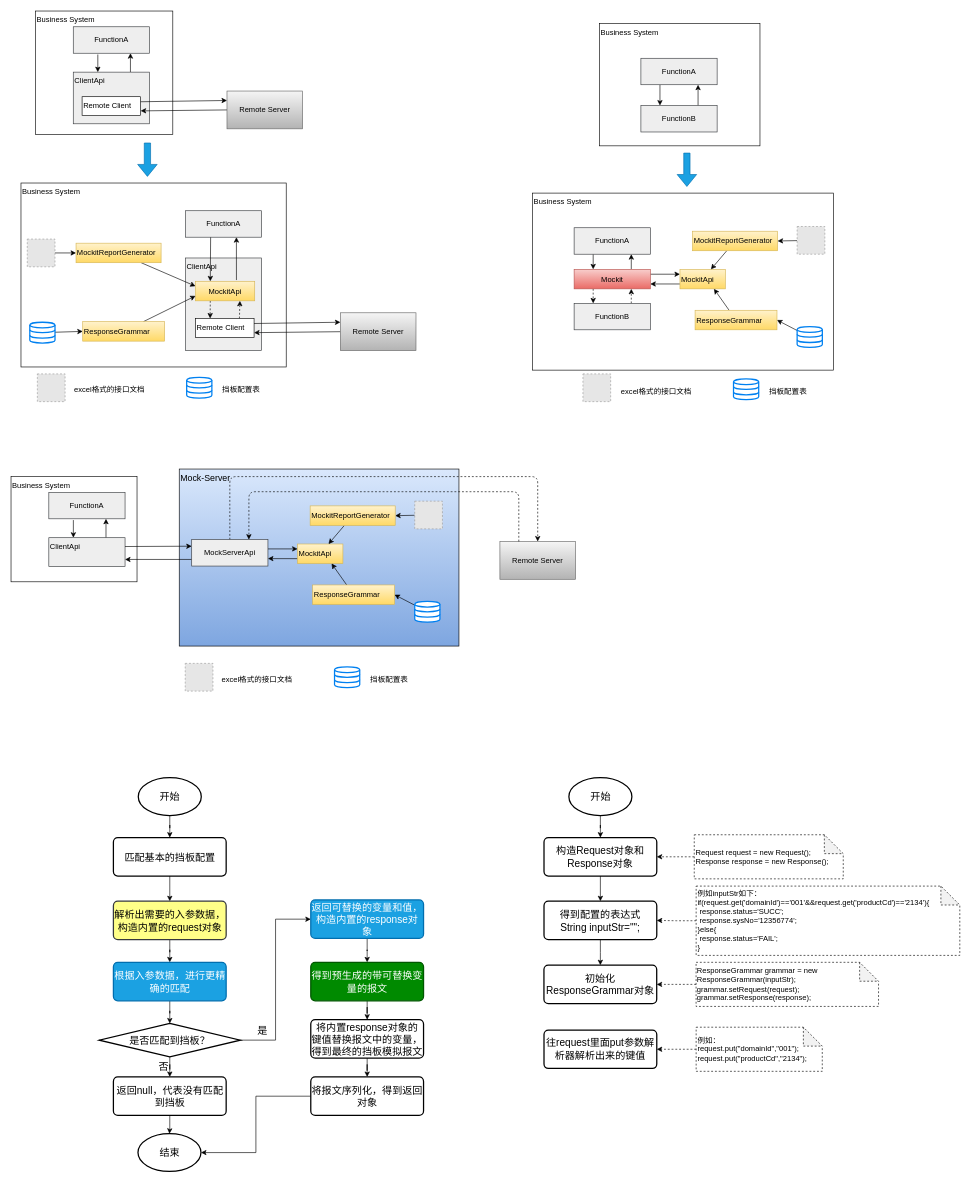
staconfree/design keeps this draw.io diagram as 挡板设计.drawio. Above is the earlier version. Source tidied: cells renumbered, new cells numbered last; positions are measured from the earlier drawing's top-left corner, leaving out a move shared by most shapes. Both pictures are drawn from the tidied source at 63%, with x=0, y=0 at pixel (11, 11). Pictures stored in the file or linked from it are replaced by grey dashed boxes.
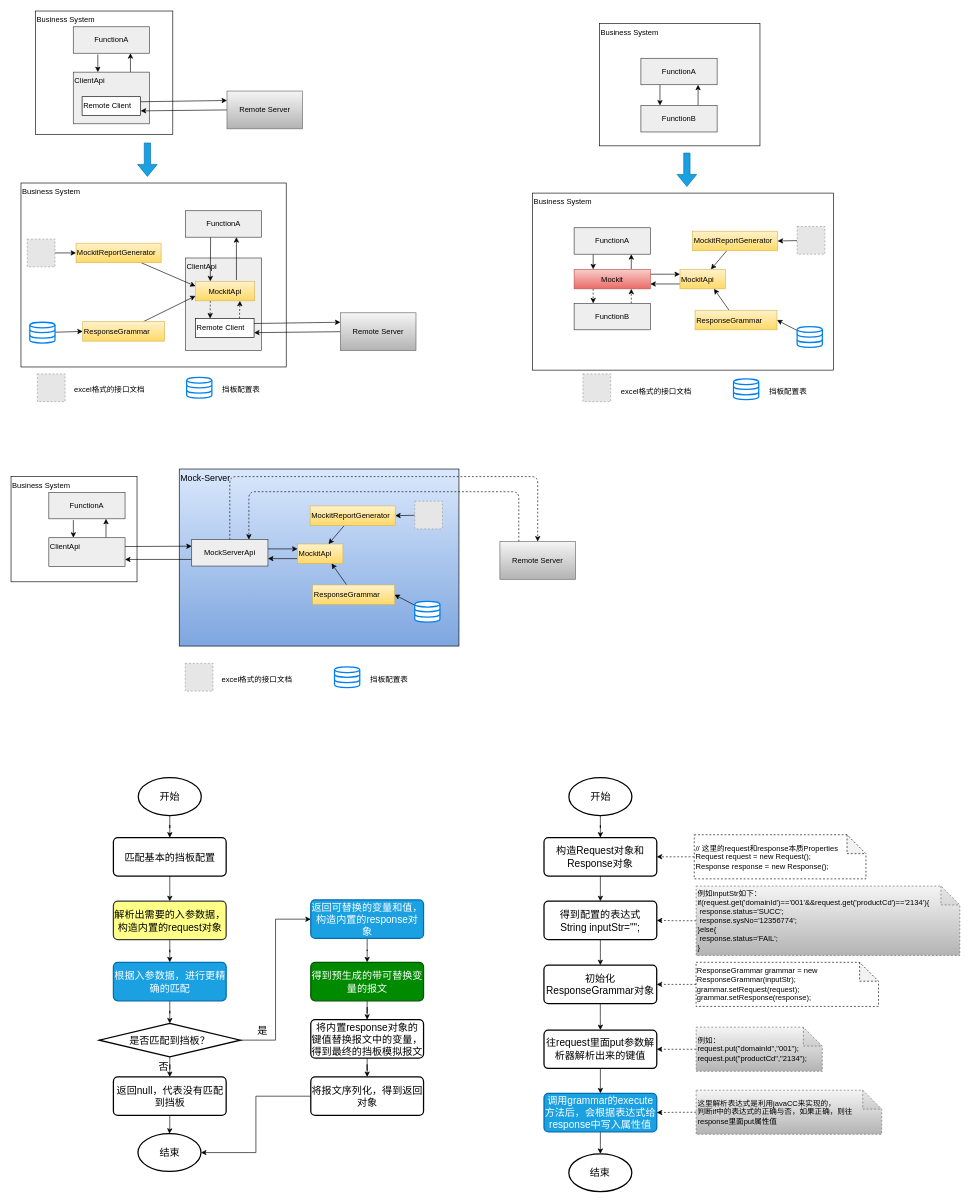
After the change.

Commit message (it also covers changes not shown here):
更新挡板设计.drawio

The change refers to these unchanged cells:
```xml
<mxCell id="126" value="往request里面put参数解析器解析出来的键值&lt;br&gt;" style="rounded=1;whiteSpace=wrap;html=1;absoluteArcSize=1;arcSize=14;strokeWidth=2;fontSize=16;" parent="1" vertex="1">
  <mxGeometry x="846" y="1617.5" width="179" height="61" as="geometry" />
</mxCell>
<mxCell id="129" value="初始化ResponseGrammar对象" style="rounded=1;whiteSpace=wrap;html=1;absoluteArcSize=1;arcSize=14;strokeWidth=2;fontSize=16;" parent="1" vertex="1">
  <mxGeometry x="845.9" y="1514.5" width="179" height="61" as="geometry" />
</mxCell>
```

What changed in the source:
```diff
@@
-    <mxCell id="123" value="例如inputStr如下：&lt;br&gt;if(request.get('domainId')=='001'&amp;amp;&amp;amp;request.get('productCd')=='2134'){&lt;br&gt;&amp;nbsp;response.status='SUCC';&lt;br&gt;&amp;nbsp;response.sysNo='12356774';&lt;br&gt;}else{&lt;br&gt;&amp;nbsp;response.status='FAIL';&lt;br&gt;}" style="shape=note;whiteSpace=wrap;html=1;backgroundOutline=1;darkOpacity=0.05;dashed=1;align=left;" parent="1" vertex="1">
+    <mxCell id="123" value="例如inputStr如下：&lt;br&gt;if(request.get('domainId')=='001'&amp;amp;&amp;amp;request.get('productCd')=='2134'){&lt;br&gt;&amp;nbsp;response.status='SUCC';&lt;br&gt;&amp;nbsp;response.sysNo='12356774';&lt;br&gt;}else{&lt;br&gt;&amp;nbsp;response.status='FAIL';&lt;br&gt;}" style="shape=note;whiteSpace=wrap;html=1;backgroundOutline=1;darkOpacity=0.05;dashed=1;align=left;gradientColor=#b3b3b3;fillColor=#f5f5f5;strokeColor=#666666;" parent="1" vertex="1">
       <mxGeometry x="1087.5" y="1389" width="418.5" height="110" as="geometry" />
     </mxCell>
@@
-    <mxCell id="125" value="Request request = new Request();&lt;br&gt;Response response = new Response();" style="shape=note;whiteSpace=wrap;html=1;backgroundOutline=1;darkOpacity=0.05;dashed=1;align=left;" parent="1" vertex="1">
-      <mxGeometry x="1084.5" y="1307.5" width="236.5" height="70" as="geometry" />
+    <mxCell id="125" value="// 这里的request和response本质Properties&lt;br&gt;Request request = new Request();&lt;br&gt;Response response = new Response();" style="shape=note;whiteSpace=wrap;html=1;backgroundOutline=1;darkOpacity=0.05;dashed=1;align=left;" parent="1" vertex="1">
+      <mxGeometry x="1084.5" y="1307.5" width="272.5" height="70" as="geometry" />
     </mxCell>
+    <mxCell id="132" style="edgeStyle=orthogonalEdgeStyle;rounded=0;jettySize=auto;html=1;entryX=0.5;entryY=0;entryDx=0;entryDy=0;" parent="1" edge="1" source="126" target="135">
+      <mxGeometry relative="1" as="geometry" />
+    </mxCell>
@@
-    <mxCell id="128" value="例如：&lt;br&gt;request.put(&quot;domainId&quot;,&quot;001&quot;);&lt;br&gt;request.put(&quot;productCd&quot;,&quot;2134&quot;);" style="shape=note;whiteSpace=wrap;html=1;backgroundOutline=1;darkOpacity=0.05;dashed=1;align=left;" parent="1" vertex="1">
+    <mxCell id="128" value="例如：&lt;br&gt;request.put(&quot;domainId&quot;,&quot;001&quot;);&lt;br&gt;request.put(&quot;productCd&quot;,&quot;2134&quot;);" style="shape=note;whiteSpace=wrap;html=1;backgroundOutline=1;darkOpacity=0.05;dashed=1;align=left;gradientColor=#b3b3b3;fillColor=#f5f5f5;strokeColor=#666666;" parent="1" vertex="1">
       <mxGeometry x="1087.5" y="1613" width="200.2" height="70" as="geometry" />
     </mxCell>
+    <mxCell id="133" style="edgeStyle=orthogonalEdgeStyle;rounded=0;jettySize=auto;html=1;" parent="1" edge="1" source="129" target="126">
+      <mxGeometry relative="1" as="geometry" />
+    </mxCell>
@@
+    <mxCell id="134" style="edgeStyle=orthogonalEdgeStyle;rounded=0;jettySize=auto;html=1;entryX=0.5;entryY=0;entryDx=0;entryDy=0;entryPerimeter=0;" parent="1" edge="1" source="135" target="138">
+      <mxGeometry relative="1" as="geometry" />
+    </mxCell>
+    <mxCell id="135" value="调用grammar的execute方法后，会根据表达式给response中写入属性值" style="rounded=1;whiteSpace=wrap;html=1;absoluteArcSize=1;arcSize=14;strokeWidth=2;fontSize=16;fillColor=#1ba1e2;strokeColor=#006EAF;fontColor=#ffffff;" parent="1" vertex="1">
+      <mxGeometry x="846" y="1718" width="179" height="61" as="geometry" />
+    </mxCell>
+    <mxCell id="136" style="edgeStyle=orthogonalEdgeStyle;rounded=0;jettySize=auto;html=1;entryX=1;entryY=0.5;entryDx=0;entryDy=0;dashed=1;" parent="1" edge="1" source="137" target="135">
+      <mxGeometry relative="1" as="geometry" />
+    </mxCell>
+    <mxCell id="137" value="这里解析表达式是利用javaCC来实现的，&lt;br&gt;判断if中的表达式的正确与否，如果正确，则往&lt;br&gt;response里面put属性值" style="shape=note;whiteSpace=wrap;html=1;backgroundOutline=1;darkOpacity=0.05;dashed=1;align=left;gradientColor=#b3b3b3;fillColor=#f5f5f5;strokeColor=#666666;" parent="1" vertex="1">
+      <mxGeometry x="1087.5" y="1713" width="294.5" height="70" as="geometry" />
+    </mxCell>
+    <mxCell id="138" value="结束" style="strokeWidth=2;html=1;shape=mxgraph.flowchart.start_1;whiteSpace=wrap;fontSize=16;" parent="1" vertex="1">
+      <mxGeometry x="885.4" y="1814" width="100" height="60" as="geometry" />
+    </mxCell>
```
